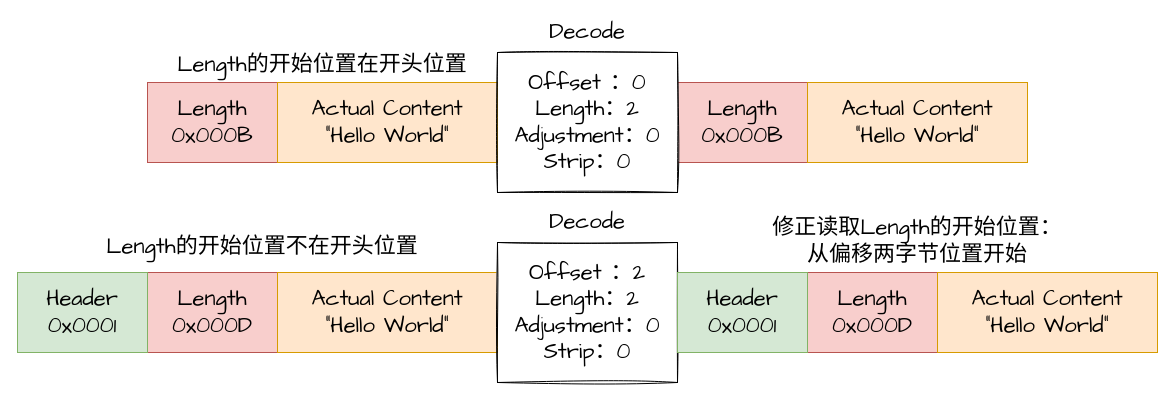
The draw.io diagram images/Netty/变长编码器Offset.drawio in lanchestios/lanchestios.github.io, before the edit. Source tidied: cells renumbered, new cells numbered last; positions are measured from the earlier drawing's top-left corner, leaving out a move shared by most shapes. Both pictures are drawn from the tidied source at 100%, with x=0, y=0 at pixel (17, 22).
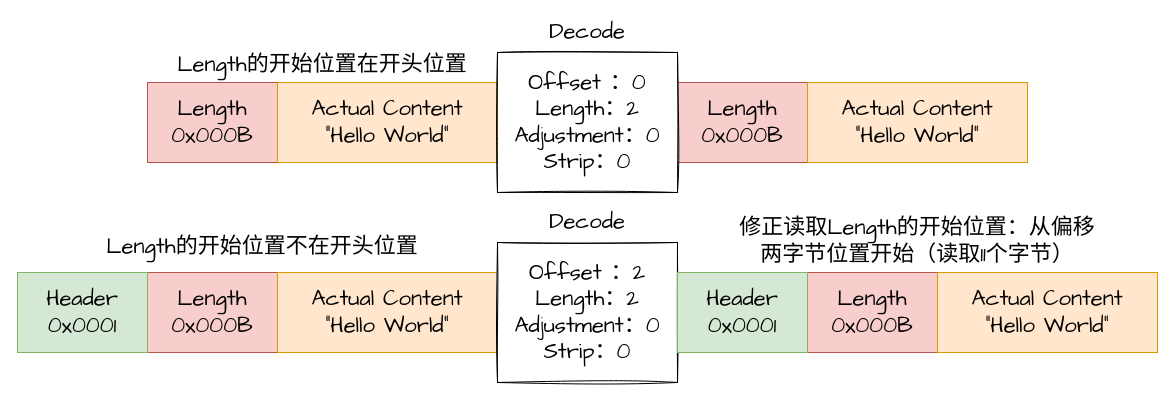
The same diagram, later.

Unchanged cells that the change refers to:
```xml
<mxCell id="9" style="group;" parent="1" vertex="1">
  <mxGeometry x="130" y="250" width="350" height="80" as="geometry" />
</mxCell>
<mxCell id="15" style="group;" parent="1" vertex="1">
  <mxGeometry x="790" y="250" width="350" height="80" as="geometry" />
</mxCell>
```

Diff of the diagram source:
```diff
@@
-    <mxCell id="10" value="Length&lt;br style=&quot;font-size: 22px&quot;&gt;0x000D" style="rounded=0;whiteSpace=wrap;html=1;fontSize=22;fontFamily=Comic Sans MS;fillColor=#f8cecc;strokeColor=#b85450;" parent="9" vertex="1">
+    <mxCell id="10" value="Length&lt;br style=&quot;font-size: 22px&quot;&gt;0x000B" style="rounded=0;whiteSpace=wrap;html=1;fontSize=22;fontFamily=Comic Sans MS;fillColor=#f8cecc;strokeColor=#b85450;" parent="9" vertex="1">
       <mxGeometry width="130" height="80" as="geometry" />
     </mxCell>
@@
-    <mxCell id="16" value="Length&lt;br style=&quot;font-size: 22px&quot;&gt;0x000D" style="rounded=0;whiteSpace=wrap;html=1;fontSize=22;fontFamily=Comic Sans MS;fillColor=#f8cecc;strokeColor=#b85450;" parent="15" vertex="1">
+    <mxCell id="16" value="Length&lt;br style=&quot;font-size: 22px&quot;&gt;0x000B" style="rounded=0;whiteSpace=wrap;html=1;fontSize=22;fontFamily=Comic Sans MS;fillColor=#f8cecc;strokeColor=#b85450;" parent="15" vertex="1">
       <mxGeometry width="130" height="80" as="geometry" />
     </mxCell>
@@
-    <mxCell id="20" value="修正读取Length的开始位置：从偏移两字节位置开始" style="text;html=1;strokeColor=none;fillColor=none;align=center;verticalAlign=middle;whiteSpace=wrap;rounded=0;glass=0;sketch=0;fontFamily=Comic Sans MS;fontSize=22;" parent="1" vertex="1">
-      <mxGeometry x="750" y="189" width="300" height="60" as="geometry" />
+    <mxCell id="20" value="修正读取Length的开始位置：从偏移两字节位置开始（读取11个字节）" style="text;html=1;strokeColor=none;fillColor=none;align=center;verticalAlign=middle;whiteSpace=wrap;rounded=0;glass=0;sketch=0;fontFamily=Comic Sans MS;fontSize=22;" parent="1" vertex="1">
+      <mxGeometry x="720" y="189" width="360" height="60" as="geometry" />
     </mxCell>
```
